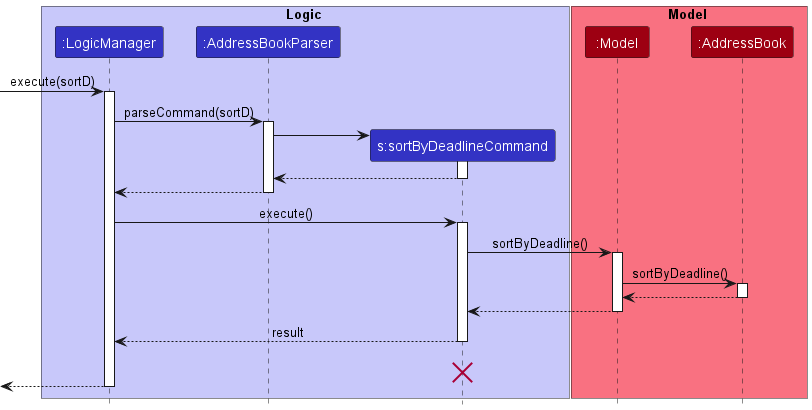
This is docs/images/SortByDeadlineSequenceDiagram.png from nus-cs2103-AY2223S1/tp, a PlantUML export, as it was before one commit.
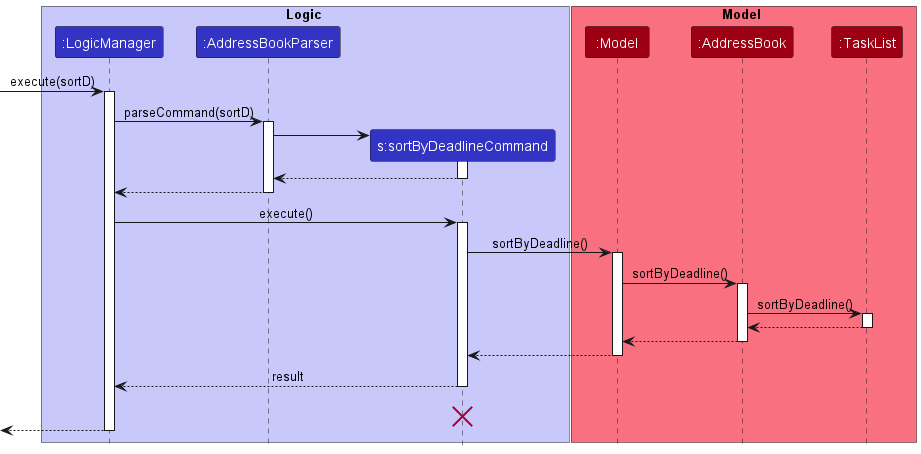
The same file after the commit.

Commit message:
Update sequence diagram with task list

What changed in the source:
```diff
@@ -10,6 +10,7 @@
 box Model MODEL_COLOR_T1
 participant ":Model" as Model MODEL_COLOR
 participant ":AddressBook" as AddressBook MODEL_COLOR
+participant ":TaskList" as TaskList MODEL_COLOR
 end box
 [-> LogicManager : execute(sortD)
 activate LogicManager
@@ -36,6 +37,12 @@
 Model -> AddressBook : sortByDeadline()
 activate AddressBook
 
+AddressBook -> TaskList : sortByDeadline()
+activate TaskList
+
+TaskList --> AddressBook
+deactivate TaskList
+
 AddressBook --> Model
 deactivate AddressBook
 
```
